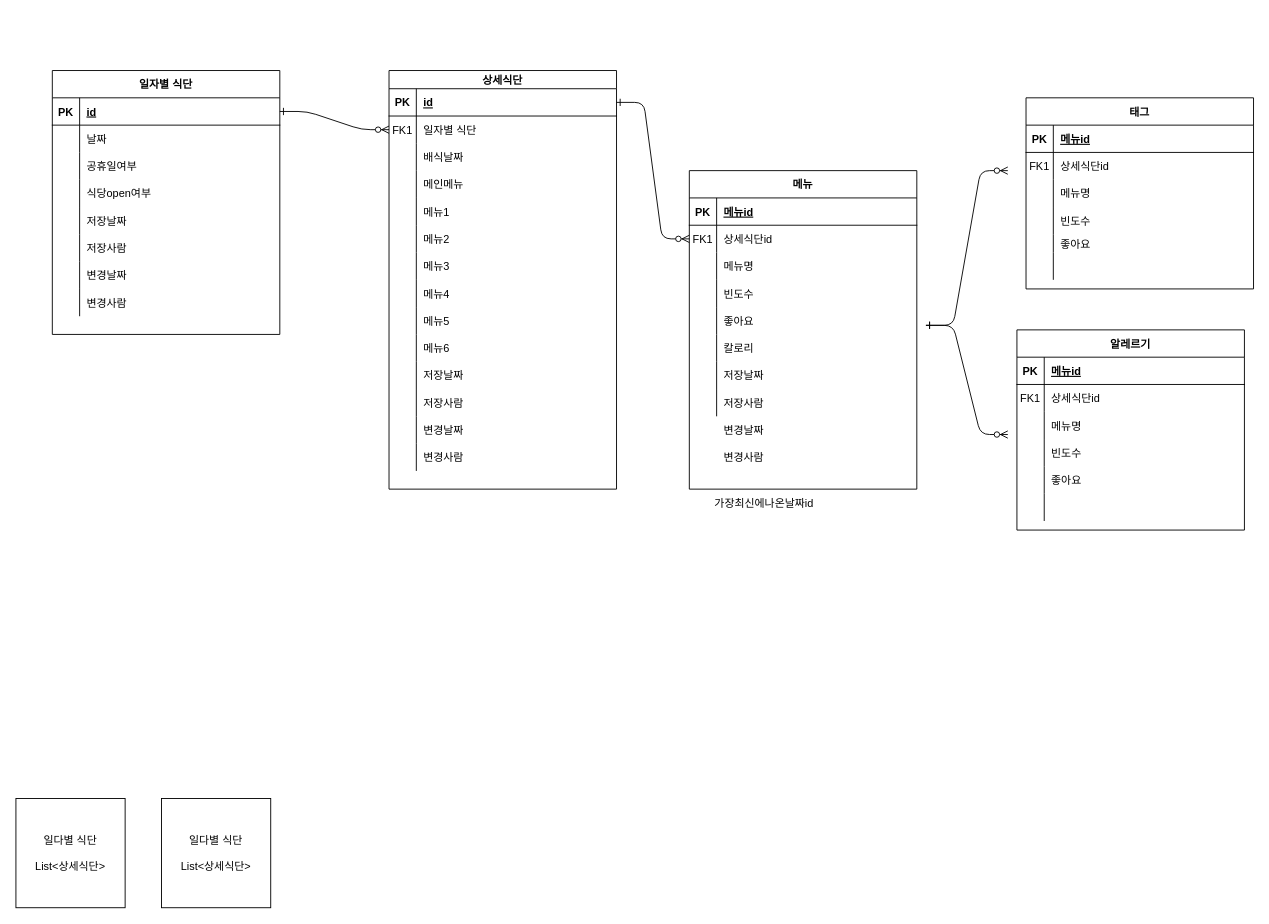
Earlier version of the draw.io diagram 제목 없는 다이어그램.drawio (meoku/MeokuDB-Schema). Source tidied: cells renumbered, new cells numbered last; positions are measured from the earlier drawing's top-left corner, leaving out a move shared by most shapes. Both pictures are drawn from the tidied source at 91%, with x=0, y=0 at pixel (15, 70).
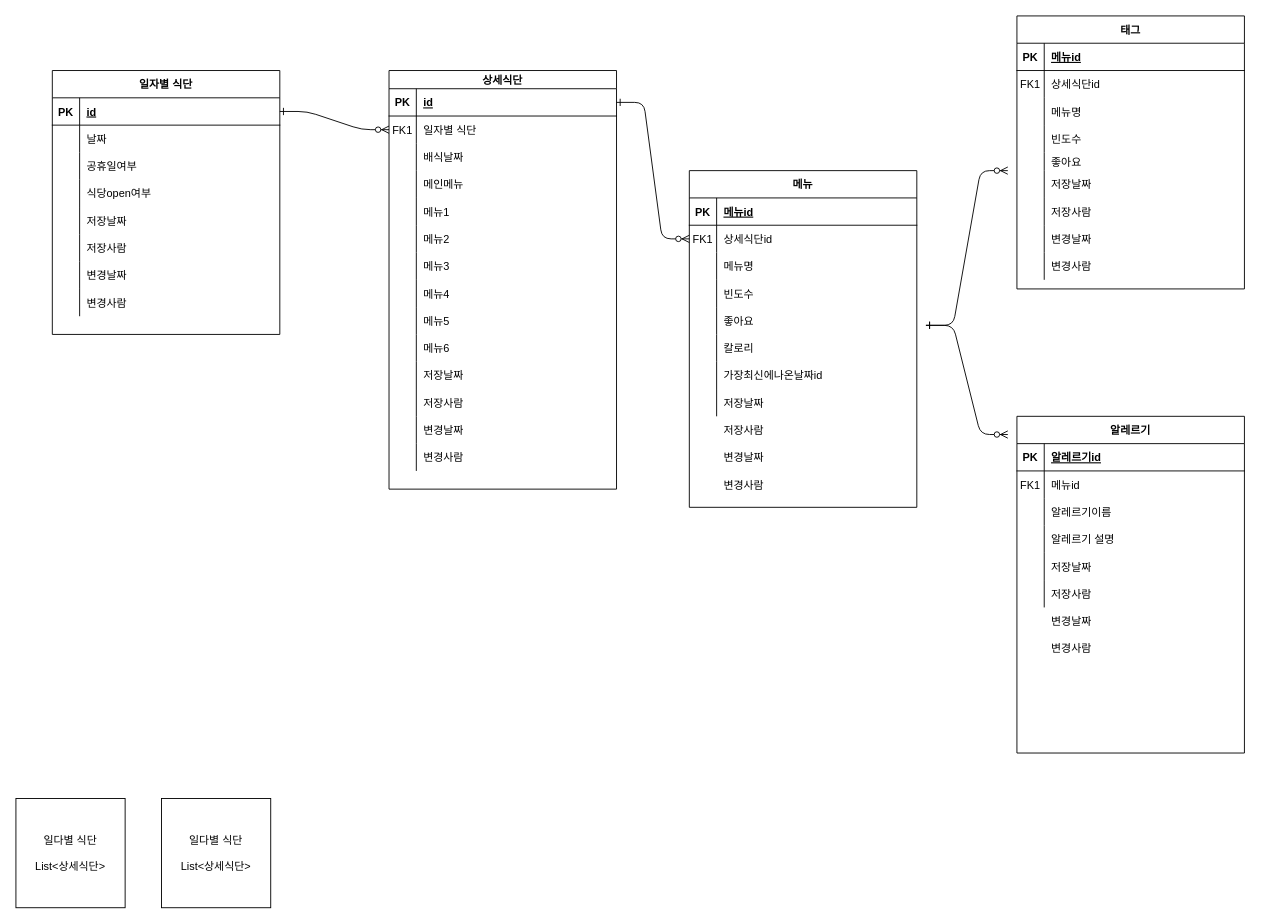
The same diagram, later.

The change refers to these unchanged cells:
```xml
<mxCell id="113" style="shape=partialRectangle;fillColor=none;top=0;left=0;right=0;bottom=0;" parent="97" vertex="1">
  <mxGeometry y="170" width="250" height="30" as="geometry" />
</mxCell>
<mxCell id="117" style="shape=partialRectangle;fillColor=none;top=0;left=0;right=0;bottom=1;" parent="116" vertex="1">
  <mxGeometry y="30" width="250" height="30" as="geometry" />
</mxCell>
<mxCell id="120" style="shape=partialRectangle;fillColor=none;top=0;left=0;right=0;bottom=0;" parent="116" vertex="1">
  <mxGeometry y="60" width="250" height="30" as="geometry" />
</mxCell>
<mxCell id="123" style="shape=partialRectangle;fillColor=none;top=0;left=0;right=0;bottom=0;" parent="116" vertex="1">
  <mxGeometry y="90" width="250" height="30" as="geometry" />
</mxCell>
<mxCell id="126" style="shape=partialRectangle;fillColor=none;top=0;left=0;right=0;bottom=0;" parent="116" vertex="1">
  <mxGeometry y="120" width="250" height="30" as="geometry" />
</mxCell>
<mxCell id="129" style="shape=partialRectangle;fillColor=none;top=0;left=0;right=0;bottom=0;" parent="116" vertex="1">
  <mxGeometry y="150" width="250" height="30" as="geometry" />
</mxCell>
```

The edit, as a diff of the source:
```diff
@@
     <mxCell id="47" value="메뉴" style="shape=table;startSize=30;childLayout=tableLayout;rowLines=0;fontStyle=1;align=center;" parent="1" vertex="1">
-      <mxGeometry x="740" y="110" width="250" height="350" as="geometry" />
+      <mxGeometry x="740" y="110" width="250" height="370" as="geometry" />
     </mxCell>
@@
     <mxCell id="97" value="태그" style="shape=table;startSize=30;childLayout=tableLayout;rowLines=0;fontStyle=1;align=center;" parent="1" vertex="1">
-      <mxGeometry x="1110" y="30" width="250" height="210" as="geometry" />
+      <mxGeometry x="1100" y="-60" width="250" height="300" as="geometry" />
     </mxCell>
@@
-    <mxCell id="115" style="shape=partialRectangle;overflow=hidden;fillColor=none;top=0;left=0;bottom=0;right=0;align=left;spacingLeft=6;" parent="113" vertex="1">
+    <mxCell id="115" value="저장날짜" style="shape=partialRectangle;overflow=hidden;fillColor=none;top=0;left=0;bottom=0;right=0;align=left;spacingLeft=6;" parent="113" vertex="1">
       <mxGeometry x="30" width="220" height="30" as="geometry" />
     </mxCell>
+    <mxCell id="144" style="shape=partialRectangle;fillColor=none;top=0;left=0;right=0;bottom=0;" parent="97" vertex="1">
+      <mxGeometry y="200" width="250" height="30" as="geometry" />
+    </mxCell>
+    <mxCell id="145" style="shape=partialRectangle;overflow=hidden;fillColor=none;top=0;left=0;bottom=0;right=0;" parent="144" vertex="1">
+      <mxGeometry width="30" height="30" as="geometry" />
+    </mxCell>
+    <mxCell id="146" value="저장사람" style="shape=partialRectangle;overflow=hidden;fillColor=none;top=0;left=0;bottom=0;right=0;align=left;spacingLeft=6;" parent="144" vertex="1">
+      <mxGeometry x="30" width="220" height="30" as="geometry" />
+    </mxCell>
+    <mxCell id="147" style="shape=partialRectangle;fillColor=none;top=0;left=0;right=0;bottom=0;" parent="97" vertex="1">
+      <mxGeometry y="230" width="250" height="30" as="geometry" />
+    </mxCell>
+    <mxCell id="148" style="shape=partialRectangle;overflow=hidden;fillColor=none;top=0;left=0;bottom=0;right=0;" parent="147" vertex="1">
+      <mxGeometry width="30" height="30" as="geometry" />
+    </mxCell>
+    <mxCell id="149" value="변경날짜" style="shape=partialRectangle;overflow=hidden;fillColor=none;top=0;left=0;bottom=0;right=0;align=left;spacingLeft=6;" parent="147" vertex="1">
+      <mxGeometry x="30" width="220" height="30" as="geometry" />
+    </mxCell>
+    <mxCell id="150" style="shape=partialRectangle;fillColor=none;top=0;left=0;right=0;bottom=0;" parent="97" vertex="1">
+      <mxGeometry y="260" width="250" height="30" as="geometry" />
+    </mxCell>
+    <mxCell id="151" style="shape=partialRectangle;overflow=hidden;fillColor=none;top=0;left=0;bottom=0;right=0;" parent="150" vertex="1">
+      <mxGeometry width="30" height="30" as="geometry" />
+    </mxCell>
+    <mxCell id="152" value="변경사람" style="shape=partialRectangle;overflow=hidden;fillColor=none;top=0;left=0;bottom=0;right=0;align=left;spacingLeft=6;" parent="150" vertex="1">
+      <mxGeometry x="30" width="220" height="30" as="geometry" />
+    </mxCell>
     <mxCell id="116" value="알레르기" style="shape=table;startSize=30;childLayout=tableLayout;rowLines=0;fontStyle=1;align=center;" parent="1" vertex="1">
-      <mxGeometry x="1100" y="285" width="250" height="220" as="geometry" />
+      <mxGeometry x="1100" y="380" width="250" height="370" as="geometry" />
     </mxCell>
@@
-    <mxCell id="119" value="메뉴id" style="shape=partialRectangle;overflow=hidden;fillColor=none;top=0;left=0;bottom=0;right=0;align=left;spacingLeft=6;fontStyle=5;" parent="117" vertex="1">
+    <mxCell id="119" value="알레르기id" style="shape=partialRectangle;overflow=hidden;fillColor=none;top=0;left=0;bottom=0;right=0;align=left;spacingLeft=6;fontStyle=5;" parent="117" vertex="1">
       <mxGeometry x="30" width="220" height="30" as="geometry" />
     </mxCell>
@@
-    <mxCell id="122" value="상세식단id" style="shape=partialRectangle;overflow=hidden;fillColor=none;top=0;left=0;bottom=0;right=0;align=left;spacingLeft=6;" parent="120" vertex="1">
+    <mxCell id="122" value="메뉴id" style="shape=partialRectangle;overflow=hidden;fillColor=none;top=0;left=0;bottom=0;right=0;align=left;spacingLeft=6;" parent="120" vertex="1">
       <mxGeometry x="30" width="220" height="30" as="geometry" />
     </mxCell>
@@
-    <mxCell id="125" value="메뉴명" style="shape=partialRectangle;overflow=hidden;fillColor=none;top=0;left=0;bottom=0;right=0;align=left;spacingLeft=6;" parent="123" vertex="1">
+    <mxCell id="125" value="알레르기이름" style="shape=partialRectangle;overflow=hidden;fillColor=none;top=0;left=0;bottom=0;right=0;align=left;spacingLeft=6;" parent="123" vertex="1">
       <mxGeometry x="30" width="220" height="30" as="geometry" />
     </mxCell>
@@
-    <mxCell id="128" value="빈도수" style="shape=partialRectangle;overflow=hidden;fillColor=none;top=0;left=0;bottom=0;right=0;align=left;spacingLeft=6;" parent="126" vertex="1">
+    <mxCell id="128" value="알레르기 설명" style="shape=partialRectangle;overflow=hidden;fillColor=none;top=0;left=0;bottom=0;right=0;align=left;spacingLeft=6;" parent="126" vertex="1">
       <mxGeometry x="30" width="220" height="30" as="geometry" />
     </mxCell>
@@
-    <mxCell id="131" value="좋아요" style="shape=partialRectangle;overflow=hidden;fillColor=none;top=0;left=0;bottom=0;right=0;align=left;spacingLeft=6;" parent="129" vertex="1">
+    <mxCell id="131" style="shape=partialRectangle;overflow=hidden;fillColor=none;top=0;left=0;bottom=0;right=0;align=left;spacingLeft=6;" parent="129" vertex="1">
       <mxGeometry x="30" width="220" height="30" as="geometry" />
     </mxCell>
@@
     <mxCell id="135" value="저장날짜" style="shape=partialRectangle;overflow=hidden;fillColor=none;top=0;left=0;bottom=0;right=0;align=left;spacingLeft=6;" parent="1" vertex="1">
-      <mxGeometry x="770" y="320" width="220" height="30" as="geometry" />
+      <mxGeometry x="770" y="350" width="220" height="30" as="geometry" />
     </mxCell>
     <mxCell id="136" value="저장사람" style="shape=partialRectangle;overflow=hidden;fillColor=none;top=0;left=0;bottom=0;right=0;align=left;spacingLeft=6;" parent="1" vertex="1">
-      <mxGeometry x="770" y="350" width="220" height="30" as="geometry" />
+      <mxGeometry x="770" y="380" width="220" height="30" as="geometry" />
     </mxCell>
     <mxCell id="137" value="변경날짜" style="shape=partialRectangle;overflow=hidden;fillColor=none;top=0;left=0;bottom=0;right=0;align=left;spacingLeft=6;" parent="1" vertex="1">
-      <mxGeometry x="770" y="380" width="220" height="30" as="geometry" />
+      <mxGeometry x="770" y="410" width="220" height="30" as="geometry" />
     </mxCell>
     <mxCell id="138" value="변경사람" style="shape=partialRectangle;overflow=hidden;fillColor=none;top=0;left=0;bottom=0;right=0;align=left;spacingLeft=6;" parent="1" vertex="1">
-      <mxGeometry x="770" y="410" width="220" height="30" as="geometry" />
+      <mxGeometry x="770" y="440" width="220" height="30" as="geometry" />
     </mxCell>
@@
     <mxCell id="143" value="가장최신에나온날짜id " style="shape=partialRectangle;overflow=hidden;fillColor=none;top=0;left=0;bottom=0;right=0;align=left;spacingLeft=6;" parent="1" vertex="1">
-      <mxGeometry x="760" y="460" width="220" height="30" as="geometry" />
+      <mxGeometry x="770" y="320" width="220" height="30" as="geometry" />
     </mxCell>
+    <mxCell id="153" value="저장날짜" style="shape=partialRectangle;overflow=hidden;fillColor=none;top=0;left=0;bottom=0;right=0;align=left;spacingLeft=6;" parent="1" vertex="1">
+      <mxGeometry x="1130" y="530" width="220" height="30" as="geometry" />
+    </mxCell>
+    <mxCell id="154" value="저장사람" style="shape=partialRectangle;overflow=hidden;fillColor=none;top=0;left=0;bottom=0;right=0;align=left;spacingLeft=6;" parent="1" vertex="1">
+      <mxGeometry x="1130" y="560" width="220" height="30" as="geometry" />
+    </mxCell>
+    <mxCell id="155" value="변경날짜" style="shape=partialRectangle;overflow=hidden;fillColor=none;top=0;left=0;bottom=0;right=0;align=left;spacingLeft=6;" parent="1" vertex="1">
+      <mxGeometry x="1130" y="590" width="220" height="30" as="geometry" />
+    </mxCell>
+    <mxCell id="156" value="변경사람" style="shape=partialRectangle;overflow=hidden;fillColor=none;top=0;left=0;bottom=0;right=0;align=left;spacingLeft=6;" parent="1" vertex="1">
+      <mxGeometry x="1130" y="620" width="220" height="30" as="geometry" />
+    </mxCell>
```
